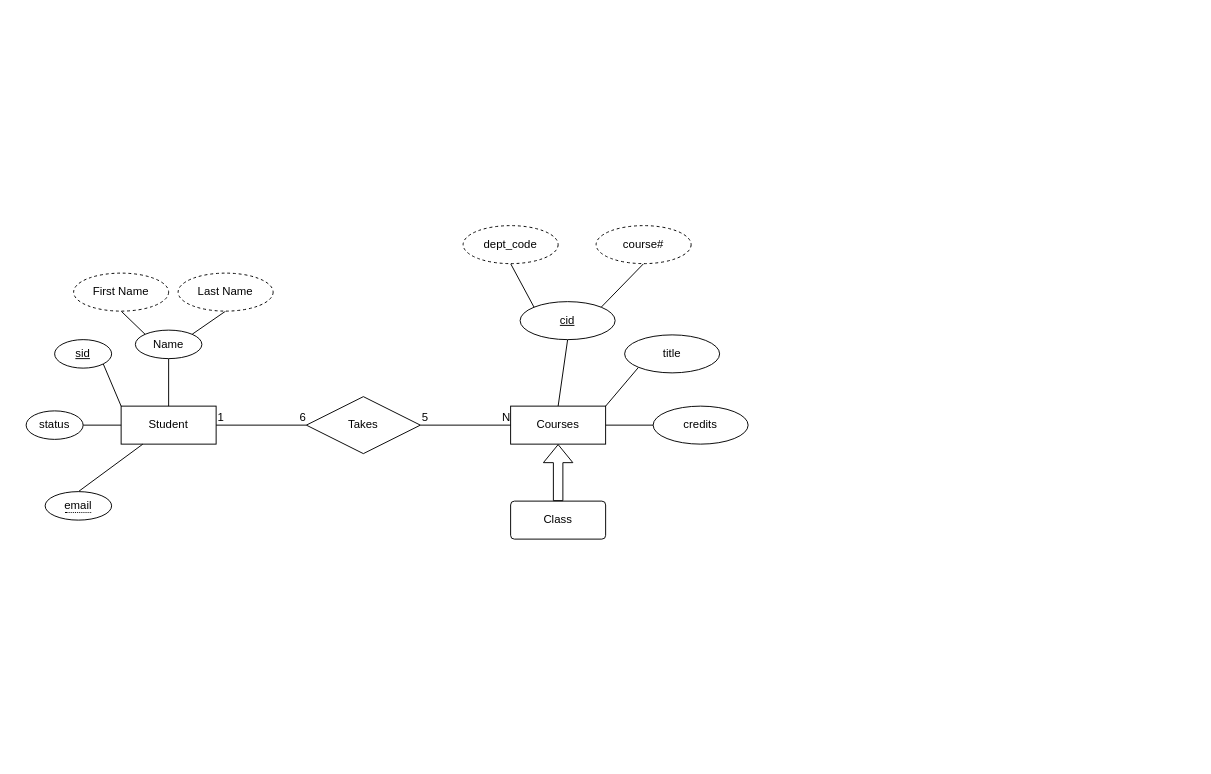
Earlier version of the draw.io diagram Untitled Diagram.drawio (XChronosCS/CS432). Source tidied: cells renumbered, new cells numbered last; positions are measured from the earlier drawing's top-left corner, leaving out a move shared by most shapes. Both pictures are drawn from the tidied source at 95%, with x=0, y=0 at pixel (26, 225).
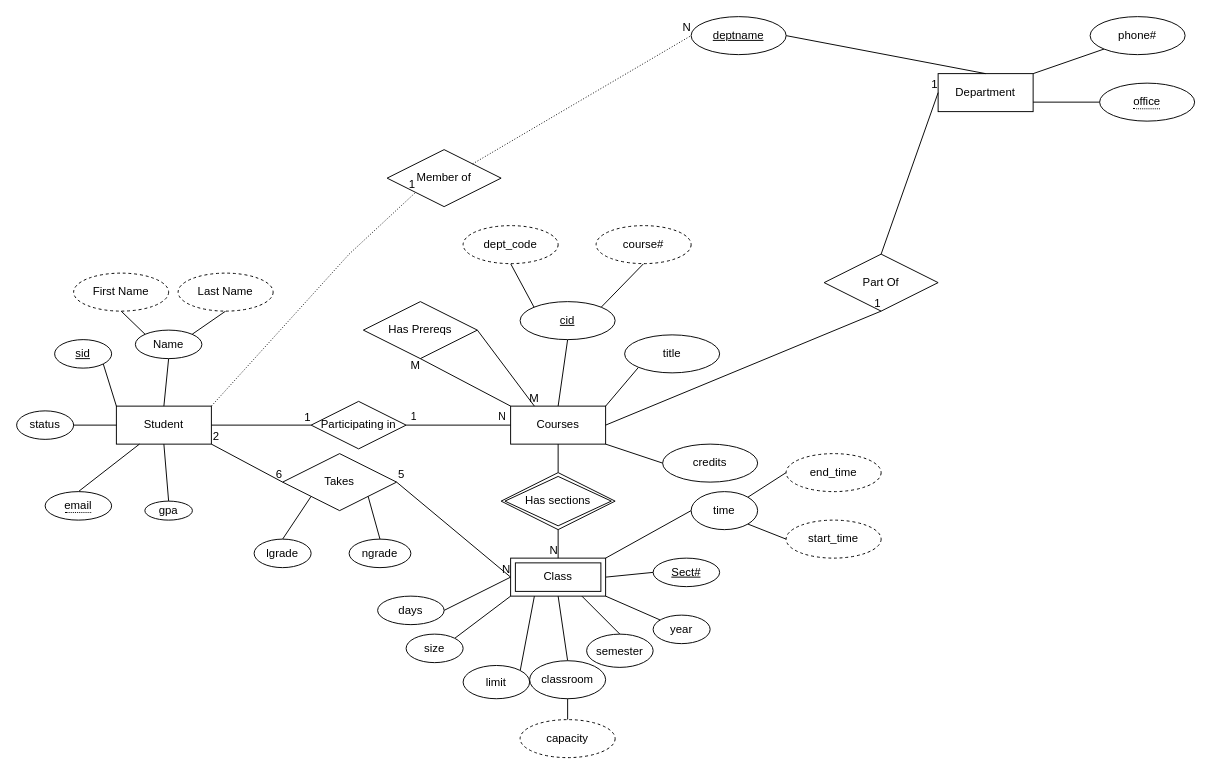
After the change.

Commit message:
Making more progress

The change refers to these unchanged cells:
```xml
<mxCell id="17" value="Courses" style="whiteSpace=wrap;html=1;align=center;fontColor=default;" parent="1" vertex="1">
  <mxGeometry x="510" y="190" width="100" height="40" as="geometry" />
</mxCell>
```

Diff of the diagram source:
```diff
@@
     <mxCell id="2" value="Student" style="whiteSpace=wrap;html=1;align=center;fontColor=default;" parent="1" vertex="1">
-      <mxGeometry x="100" y="190" width="100" height="40" as="geometry" />
+      <mxGeometry x="95" y="190" width="100" height="40" as="geometry" />
     </mxCell>
@@
     <mxCell id="12" value="status" style="ellipse;whiteSpace=wrap;html=1;align=center;fontColor=default;" parent="1" vertex="1">
-      <mxGeometry y="195" width="60" height="30" as="geometry" />
+      <mxGeometry x="-10" y="195" width="60" height="30" as="geometry" />
     </mxCell>
@@
-    <mxCell id="16" style="edgeStyle=none;rounded=0;jettySize=auto;html=1;exitX=1;exitY=0.5;exitDx=0;exitDy=0;entryX=0;entryY=0.5;entryDx=0;entryDy=0;fontColor=default;endArrow=none;endFill=0;" parent="1" edge="1" source="17" target="28">
+    <mxCell id="16" style="edgeStyle=none;rounded=0;jettySize=auto;html=1;exitX=1;exitY=1;exitDx=0;exitDy=0;entryX=0;entryY=0.5;entryDx=0;entryDy=0;fontColor=default;endArrow=none;endFill=0;" parent="1" edge="1" source="17" target="28">
       <mxGeometry relative="1" as="geometry" />
     </mxCell>
@@
     <mxCell id="18" value="Takes" style="shape=rhombus;perimeter=rhombusPerimeter;whiteSpace=wrap;html=1;align=center;fontColor=default;" parent="1" vertex="1">
-      <mxGeometry x="295" y="180" width="120" height="60" as="geometry" />
+      <mxGeometry x="270" y="240" width="120" height="60" as="geometry" />
     </mxCell>
-    <mxCell id="19" style="endArrow=none;html=1;rounded=0;fontColor=default;exitX=1;exitY=0.5;exitDx=0;exitDy=0;entryX=0;entryY=0.5;entryDx=0;entryDy=0;" parent="1" edge="1" source="2" target="18">
+    <mxCell id="19" style="endArrow=none;html=1;rounded=0;fontColor=default;exitX=1;exitY=1;exitDx=0;exitDy=0;entryX=0;entryY=0.5;entryDx=0;entryDy=0;" parent="1" edge="1" source="2" target="18">
       <mxGeometry relative="1" as="geometry" />
     </mxCell>
-    <mxCell id="20" value="1" style="html=1;align=left;verticalAlign=bottom;" parent="19" vertex="1">
+    <mxCell id="20" value="2" style="html=1;align=left;verticalAlign=bottom;" parent="19" vertex="1">
       <mxGeometry x="-1" relative="1" as="geometry" />
     </mxCell>
@@
-    <mxCell id="23" style="endArrow=none;html=1;rounded=0;fontColor=default;exitX=1;exitY=0.5;exitDx=0;exitDy=0;entryX=0;entryY=0.5;entryDx=0;entryDy=0;" parent="1" edge="1" source="18" target="17">
+    <mxCell id="23" style="endArrow=none;html=1;rounded=0;fontColor=default;exitX=1;exitY=0.5;exitDx=0;exitDy=0;entryX=0;entryY=0.5;entryDx=0;entryDy=0;" parent="1" edge="1" source="18" target="33">
       <mxGeometry relative="1" as="geometry" />
     </mxCell>
@@
     <mxCell id="28" value="credits" style="ellipse;whiteSpace=wrap;html=1;align=center;fontColor=default;" parent="1" vertex="1">
-      <mxGeometry x="660" y="190" width="100" height="40" as="geometry" />
+      <mxGeometry x="670" y="230" width="100" height="40" as="geometry" />
     </mxCell>
@@
+    <mxCell id="35" value="Has Prereqs" style="shape=rhombus;perimeter=rhombusPerimeter;whiteSpace=wrap;html=1;align=center;fontColor=default;" parent="1" vertex="1">
+      <mxGeometry x="355" y="80" width="120" height="60" as="geometry" />
+    </mxCell>
+    <mxCell id="36" style="endArrow=none;html=1;rounded=0;fontColor=default;entryX=0.5;entryY=1;entryDx=0;entryDy=0;exitX=0;exitY=0;exitDx=0;exitDy=0;" parent="1" edge="1" source="17" target="35">
+      <mxGeometry relative="1" as="geometry" />
+    </mxCell>
+    <mxCell id="37" value="M" style="html=1;align=right;verticalAlign=bottom;" parent="36" vertex="1">
+      <mxGeometry x="1" relative="1" as="geometry">
+        <mxPoint y="15" as="offset" />
+      </mxGeometry>
+    </mxCell>
+    <mxCell id="38" style="endArrow=none;html=1;rounded=0;fontColor=default;exitX=1;exitY=0.5;exitDx=0;exitDy=0;entryX=0.25;entryY=0;entryDx=0;entryDy=0;" parent="1" edge="1" source="35" target="17">
+      <mxGeometry relative="1" as="geometry" />
+    </mxCell>
+    <mxCell id="39" value="M" style="html=1;align=right;verticalAlign=bottom;" parent="38" vertex="1">
+      <mxGeometry x="1" relative="1" as="geometry">
+        <mxPoint x="5" as="offset" />
+      </mxGeometry>
+    </mxCell>
+    <mxCell id="40" style="edgeStyle=none;rounded=0;jettySize=auto;html=1;exitX=1;exitY=0.5;exitDx=0;exitDy=0;entryX=0;entryY=0.5;entryDx=0;entryDy=0;fontColor=default;endArrow=none;endFill=0;" parent="1" edge="1" source="33" target="46">
+      <mxGeometry relative="1" as="geometry" />
+    </mxCell>
+    <mxCell id="41" style="edgeStyle=none;rounded=0;jettySize=auto;html=1;exitX=1;exitY=1;exitDx=0;exitDy=0;fontColor=default;endArrow=none;endFill=0;" parent="1" edge="1" source="33" target="47">
+      <mxGeometry relative="1" as="geometry" />
+    </mxCell>
-    <mxCell id="33" value="Class" style="rounded=1;arcSize=10;whiteSpace=wrap;html=1;align=center;fontColor=default;" parent="1" vertex="1">
-      <mxGeometry x="510" y="290" width="100" height="40" as="geometry" />
+    <mxCell id="33" value="Class&lt;br&gt;" style="shape=ext;margin=3;double=1;whiteSpace=wrap;html=1;align=center;fontColor=default;" parent="1" vertex="1">
+      <mxGeometry x="510" y="350" width="100" height="40" as="geometry" />
     </mxCell>
-    <mxCell id="34" style="shape=flexArrow;endArrow=classic;html=1;fontColor=default;entryX=0.5;entryY=1;entryDx=0;entryDy=0;exitX=0.5;exitY=0;exitDx=0;exitDy=0;" parent="1" edge="1" source="33" target="17">
-      <mxGeometry relative="1" as="geometry" />
-    </mxCell>
+    <mxCell id="42" style="edgeStyle=none;rounded=0;jettySize=auto;html=1;fontColor=default;endArrow=none;endFill=0;" parent="1" edge="1" source="43" target="17">
+      <mxGeometry relative="1" as="geometry" />
+    </mxCell>
+    <mxCell id="43" value="Has sections" style="shape=rhombus;double=1;perimeter=rhombusPerimeter;whiteSpace=wrap;html=1;align=center;fontColor=default;" parent="1" vertex="1">
+      <mxGeometry x="500" y="260" width="120" height="60" as="geometry" />
+    </mxCell>
+    <mxCell id="44" style="endArrow=none;html=1;rounded=0;fontColor=default;exitX=0.5;exitY=1;exitDx=0;exitDy=0;entryX=0.5;entryY=0;entryDx=0;entryDy=0;" parent="1" edge="1" source="43" target="33">
+      <mxGeometry relative="1" as="geometry" />
+    </mxCell>
+    <mxCell id="45" value="N" style="html=1;align=right;verticalAlign=bottom;" parent="44" vertex="1">
+      <mxGeometry x="1" relative="1" as="geometry" />
+    </mxCell>
+    <mxCell id="46" value="Sect#" style="ellipse;whiteSpace=wrap;html=1;align=center;fontStyle=4;fontColor=default;" parent="1" vertex="1">
+      <mxGeometry x="660" y="350" width="70" height="30" as="geometry" />
+    </mxCell>
+    <mxCell id="47" value="year" style="ellipse;whiteSpace=wrap;html=1;align=center;fontColor=default;" parent="1" vertex="1">
+      <mxGeometry x="660" y="410" width="60" height="30" as="geometry" />
+    </mxCell>
+    <mxCell id="48" style="edgeStyle=none;rounded=0;jettySize=auto;html=1;exitX=0.5;exitY=0;exitDx=0;exitDy=0;entryX=0.75;entryY=1;entryDx=0;entryDy=0;fontColor=default;endArrow=none;endFill=0;" parent="1" edge="1" source="49" target="33">
+      <mxGeometry relative="1" as="geometry" />
+    </mxCell>
+    <mxCell id="49" value="semester" style="ellipse;whiteSpace=wrap;html=1;align=center;fontColor=default;" parent="1" vertex="1">
+      <mxGeometry x="590" y="430" width="70" height="35" as="geometry" />
+    </mxCell>
+    <mxCell id="50" style="edgeStyle=none;rounded=0;jettySize=auto;html=1;exitX=1;exitY=0;exitDx=0;exitDy=0;entryX=0.25;entryY=1;entryDx=0;entryDy=0;fontColor=default;endArrow=none;endFill=0;" parent="1" edge="1" source="51" target="33">
+      <mxGeometry relative="1" as="geometry" />
+    </mxCell>
+    <mxCell id="51" value="limit" style="ellipse;whiteSpace=wrap;html=1;align=center;fontColor=default;" parent="1" vertex="1">
+      <mxGeometry x="460" y="463" width="70" height="35" as="geometry" />
+    </mxCell>
+    <mxCell id="52" style="edgeStyle=none;rounded=0;jettySize=auto;html=1;exitX=0.5;exitY=0;exitDx=0;exitDy=0;entryX=0.5;entryY=1;entryDx=0;entryDy=0;fontColor=default;endArrow=none;endFill=0;" parent="1" edge="1" source="53" target="33">
+      <mxGeometry relative="1" as="geometry" />
+    </mxCell>
+    <mxCell id="53" value="classroom" style="ellipse;whiteSpace=wrap;html=1;align=center;fontColor=default;" parent="1" vertex="1">
+      <mxGeometry x="530" y="458" width="80" height="40" as="geometry" />
+    </mxCell>
+    <mxCell id="54" style="edgeStyle=none;rounded=0;jettySize=auto;html=1;exitX=1;exitY=0;exitDx=0;exitDy=0;entryX=0;entryY=1;entryDx=0;entryDy=0;fontColor=default;endArrow=none;endFill=0;" parent="1" edge="1" source="55" target="33">
+      <mxGeometry relative="1" as="geometry" />
+    </mxCell>
+    <mxCell id="55" value="size" style="ellipse;whiteSpace=wrap;html=1;align=center;fontColor=default;" parent="1" vertex="1">
+      <mxGeometry x="400" y="430" width="60" height="30" as="geometry" />
+    </mxCell>
+    <mxCell id="56" style="edgeStyle=none;rounded=0;jettySize=auto;html=1;exitX=0.5;exitY=0;exitDx=0;exitDy=0;entryX=0.5;entryY=1;entryDx=0;entryDy=0;fontColor=default;endArrow=none;endFill=0;" parent="1" edge="1" source="57" target="53">
+      <mxGeometry relative="1" as="geometry" />
+    </mxCell>
+    <mxCell id="57" value="capacity" style="ellipse;whiteSpace=wrap;html=1;align=center;dashed=1;fontColor=default;" parent="1" vertex="1">
+      <mxGeometry x="520" y="520" width="100" height="40" as="geometry" />
+    </mxCell>
+    <mxCell id="58" style="edgeStyle=none;rounded=0;jettySize=auto;html=1;exitX=0;exitY=0.5;exitDx=0;exitDy=0;entryX=1;entryY=0;entryDx=0;entryDy=0;fontColor=default;endArrow=none;endFill=0;" parent="1" edge="1" source="59" target="33">
+      <mxGeometry relative="1" as="geometry" />
+    </mxCell>
+    <mxCell id="59" value="time" style="ellipse;whiteSpace=wrap;html=1;align=center;fontColor=default;" parent="1" vertex="1">
+      <mxGeometry x="700" y="280" width="70" height="40" as="geometry" />
+    </mxCell>
+    <mxCell id="60" style="edgeStyle=none;rounded=0;jettySize=auto;html=1;exitX=0;exitY=0.5;exitDx=0;exitDy=0;entryX=1;entryY=1;entryDx=0;entryDy=0;fontColor=default;endArrow=none;endFill=0;" parent="1" edge="1" source="61" target="59">
+      <mxGeometry relative="1" as="geometry" />
+    </mxCell>
+    <mxCell id="61" value="start_time" style="ellipse;whiteSpace=wrap;html=1;align=center;dashed=1;fontColor=default;" parent="1" vertex="1">
+      <mxGeometry x="800" y="310" width="100" height="40" as="geometry" />
+    </mxCell>
+    <mxCell id="62" style="edgeStyle=none;rounded=0;jettySize=auto;html=1;exitX=0;exitY=0.5;exitDx=0;exitDy=0;entryX=1;entryY=0;entryDx=0;entryDy=0;fontColor=default;endArrow=none;endFill=0;" parent="1" edge="1" source="63" target="59">
+      <mxGeometry relative="1" as="geometry" />
+    </mxCell>
+    <mxCell id="63" value="end_time" style="ellipse;whiteSpace=wrap;html=1;align=center;dashed=1;fontColor=default;" parent="1" vertex="1">
+      <mxGeometry x="800" y="240" width="100" height="40" as="geometry" />
+    </mxCell>
+    <mxCell id="64" style="edgeStyle=none;rounded=0;jettySize=auto;html=1;exitX=1;exitY=0.5;exitDx=0;exitDy=0;entryX=0;entryY=0.5;entryDx=0;entryDy=0;fontColor=default;endArrow=none;endFill=0;" parent="1" edge="1" source="65" target="33">
+      <mxGeometry relative="1" as="geometry" />
+    </mxCell>
+    <mxCell id="65" value="days" style="ellipse;whiteSpace=wrap;html=1;align=center;fontColor=default;" parent="1" vertex="1">
+      <mxGeometry x="370" y="390" width="70" height="30" as="geometry" />
+    </mxCell>
+    <mxCell id="66" style="edgeStyle=none;rounded=0;jettySize=auto;html=1;exitX=0.5;exitY=0;exitDx=0;exitDy=0;entryX=0;entryY=1;entryDx=0;entryDy=0;fontColor=default;endArrow=none;endFill=0;" parent="1" edge="1" source="67" target="18">
+      <mxGeometry relative="1" as="geometry" />
+    </mxCell>
+    <mxCell id="67" value="lgrade" style="ellipse;whiteSpace=wrap;html=1;align=center;fontColor=default;" parent="1" vertex="1">
+      <mxGeometry x="240" y="330" width="60" height="30" as="geometry" />
+    </mxCell>
+    <mxCell id="68" style="edgeStyle=none;rounded=0;jettySize=auto;html=1;exitX=0.5;exitY=0;exitDx=0;exitDy=0;entryX=1;entryY=1;entryDx=0;entryDy=0;fontColor=default;endArrow=none;endFill=0;" parent="1" edge="1" source="69" target="18">
+      <mxGeometry relative="1" as="geometry" />
+    </mxCell>
+    <mxCell id="69" value="ngrade" style="ellipse;whiteSpace=wrap;html=1;align=center;fontColor=default;" parent="1" vertex="1">
+      <mxGeometry x="340" y="330" width="65" height="30" as="geometry" />
+    </mxCell>
+    <mxCell id="70" style="edgeStyle=none;rounded=0;jettySize=auto;html=1;exitX=1;exitY=0;exitDx=0;exitDy=0;entryX=0;entryY=1;entryDx=0;entryDy=0;fontColor=default;endArrow=none;endFill=0;" parent="1" edge="1" source="71" target="74">
+      <mxGeometry relative="1" as="geometry" />
+    </mxCell>
+    <mxCell id="71" value="Department" style="whiteSpace=wrap;html=1;align=center;fontColor=default;" parent="1" vertex="1">
+      <mxGeometry x="960" y="-160" width="100" height="40" as="geometry" />
+    </mxCell>
+    <mxCell id="72" style="edgeStyle=none;rounded=0;jettySize=auto;html=1;exitX=1;exitY=0.5;exitDx=0;exitDy=0;entryX=0.5;entryY=0;entryDx=0;entryDy=0;fontColor=default;endArrow=none;endFill=0;" parent="1" edge="1" source="73" target="71">
+      <mxGeometry relative="1" as="geometry" />
+    </mxCell>
+    <mxCell id="73" value="&lt;u&gt;deptname&lt;/u&gt;" style="ellipse;whiteSpace=wrap;html=1;align=center;fontColor=default;" parent="1" vertex="1">
+      <mxGeometry x="700" y="-220" width="100" height="40" as="geometry" />
+    </mxCell>
+    <mxCell id="74" value="phone#" style="ellipse;whiteSpace=wrap;html=1;align=center;fontColor=default;" parent="1" vertex="1">
+      <mxGeometry x="1120" y="-220" width="100" height="40" as="geometry" />
+    </mxCell>
+    <mxCell id="75" style="edgeStyle=none;rounded=0;jettySize=auto;html=1;exitX=0;exitY=0.5;exitDx=0;exitDy=0;entryX=1;entryY=0.75;entryDx=0;entryDy=0;fontColor=default;endArrow=none;endFill=0;" parent="1" edge="1" target="71">
+      <mxGeometry relative="1" as="geometry">
+        <mxPoint x="1130" y="-130" as="sourcePoint" />
+      </mxGeometry>
+    </mxCell>
+    <mxCell id="76" value="Part Of" style="shape=rhombus;perimeter=rhombusPerimeter;whiteSpace=wrap;html=1;align=center;fontColor=default;" parent="1" vertex="1">
+      <mxGeometry x="840" y="30" width="120" height="60" as="geometry" />
+    </mxCell>
+    <mxCell id="77" style="endArrow=none;html=1;rounded=0;fontColor=default;entryX=0.5;entryY=1;entryDx=0;entryDy=0;" parent="1" edge="1" target="76">
+      <mxGeometry relative="1" as="geometry">
+        <mxPoint x="610" y="210" as="sourcePoint" />
+      </mxGeometry>
+    </mxCell>
+    <mxCell id="78" value="1" style="html=1;align=right;verticalAlign=bottom;" parent="77" vertex="1">
+      <mxGeometry x="1" relative="1" as="geometry" />
+    </mxCell>
+    <mxCell id="79" style="endArrow=none;html=1;rounded=0;fontColor=default;entryX=0;entryY=0.5;entryDx=0;entryDy=0;exitX=0.5;exitY=0;exitDx=0;exitDy=0;" parent="1" edge="1" source="76" target="71">
+      <mxGeometry relative="1" as="geometry" />
+    </mxCell>
+    <mxCell id="80" value="1" style="html=1;align=right;verticalAlign=bottom;" parent="79" vertex="1">
+      <mxGeometry x="1" relative="1" as="geometry" />
+    </mxCell>
+    <mxCell id="81" value="gpa" style="ellipse;whiteSpace=wrap;html=1;align=center;fontColor=default;" parent="1" vertex="1">
+      <mxGeometry x="125" y="290" width="50" height="20" as="geometry" />
+    </mxCell>
+    <mxCell id="82" style="endArrow=none;html=1;rounded=0;fontColor=default;entryX=0.5;entryY=1;entryDx=0;entryDy=0;exitX=0.5;exitY=0;exitDx=0;exitDy=0;" parent="1" edge="1" source="81" target="2">
+      <mxGeometry relative="1" as="geometry" />
+    </mxCell>
+    <mxCell id="83" value="Member of" style="shape=rhombus;perimeter=rhombusPerimeter;whiteSpace=wrap;html=1;align=center;fontColor=default;" parent="1" vertex="1">
+      <mxGeometry x="380" y="-80" width="120" height="60" as="geometry" />
+    </mxCell>
+    <mxCell id="84" style="endArrow=none;html=1;rounded=0;dashed=1;dashPattern=1 2;fontColor=default;entryX=0;entryY=1;entryDx=0;entryDy=0;exitX=1;exitY=0;exitDx=0;exitDy=0;" parent="1" edge="1" source="2" target="83">
+      <mxGeometry relative="1" as="geometry">
+        <Array as="points">
+          <mxPoint x="340" y="30" />
+        </Array>
+      </mxGeometry>
+    </mxCell>
+    <mxCell id="85" value="1" style="html=1;align=right;verticalAlign=bottom;" parent="84" vertex="1">
+      <mxGeometry x="1" relative="1" as="geometry" />
+    </mxCell>
+    <mxCell id="86" style="edgeStyle=none;rounded=0;jettySize=auto;html=1;fontColor=default;endArrow=none;endFill=0;" parent="1" edge="1" source="89" target="17">
+      <mxGeometry relative="1" as="geometry" />
+    </mxCell>
+    <mxCell id="87" value="N" style="edgeLabel;html=1;align=center;verticalAlign=middle;fontColor=default;" parent="86" vertex="1">
+      <mxGeometry x="0.68" y="-1" relative="1" as="geometry">
+        <mxPoint x="8" y="-11" as="offset" />
+      </mxGeometry>
+    </mxCell>
+    <mxCell id="88" value="1" style="edgeLabel;html=1;align=center;verticalAlign=middle;fontColor=default;" parent="86" vertex="1">
+      <mxGeometry x="-0.87" y="1" relative="1" as="geometry">
+        <mxPoint y="-9" as="offset" />
+      </mxGeometry>
+    </mxCell>
+    <mxCell id="89" value="Participating in" style="shape=rhombus;perimeter=rhombusPerimeter;whiteSpace=wrap;html=1;align=center;fontColor=default;" parent="1" vertex="1">
+      <mxGeometry x="300" y="185" width="100" height="50" as="geometry" />
+    </mxCell>
+    <mxCell id="90" style="endArrow=none;html=1;rounded=0;fontColor=default;exitX=1;exitY=0.5;exitDx=0;exitDy=0;entryX=0;entryY=0.5;entryDx=0;entryDy=0;" parent="1" edge="1" source="2" target="89">
+      <mxGeometry relative="1" as="geometry" />
+    </mxCell>
+    <mxCell id="91" value="1" style="html=1;align=right;verticalAlign=bottom;" parent="90" vertex="1">
+      <mxGeometry x="1" relative="1" as="geometry" />
+    </mxCell>
+    <mxCell id="92" style="endArrow=none;html=1;rounded=0;dashed=1;dashPattern=1 2;fontColor=default;exitX=1;exitY=0;exitDx=0;exitDy=0;entryX=0;entryY=0.5;entryDx=0;entryDy=0;" parent="1" edge="1" source="83" target="73">
+      <mxGeometry relative="1" as="geometry" />
+    </mxCell>
+    <mxCell id="93" value="N" style="html=1;align=right;verticalAlign=bottom;" parent="92" vertex="1">
+      <mxGeometry x="1" relative="1" as="geometry" />
+    </mxCell>
+    <mxCell id="94" value="&lt;span style=&quot;border-bottom: 1px dotted&quot;&gt;office&lt;/span&gt;" style="ellipse;whiteSpace=wrap;html=1;align=center;fontColor=default;" parent="1" vertex="1">
+      <mxGeometry x="1130" y="-150" width="100" height="40" as="geometry" />
+    </mxCell>
```
